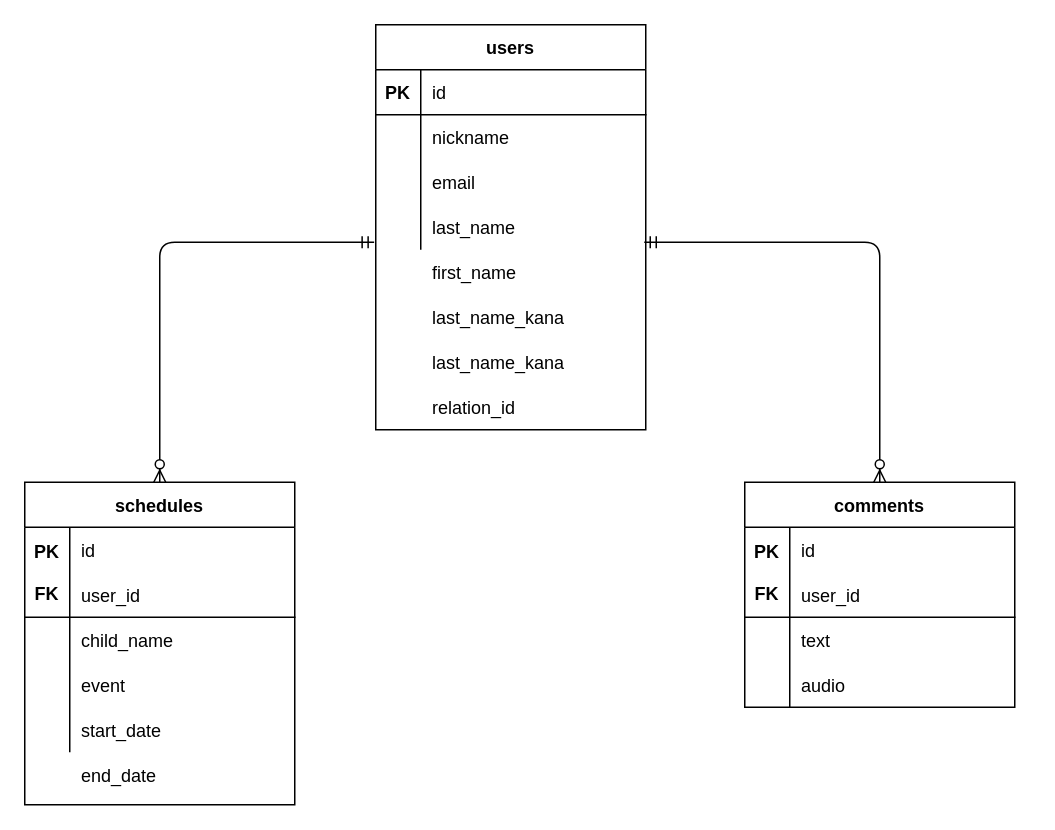
yama864/homee keeps this draw.io diagram as ER.dio. Above is the earlier version. Source tidied: cells renumbered, new cells numbered last; positions are measured from the earlier drawing's top-left corner, leaving out a move shared by most shapes. Both pictures are drawn from the tidied source at 150%, with x=0, y=0 at pixel (24, 24).
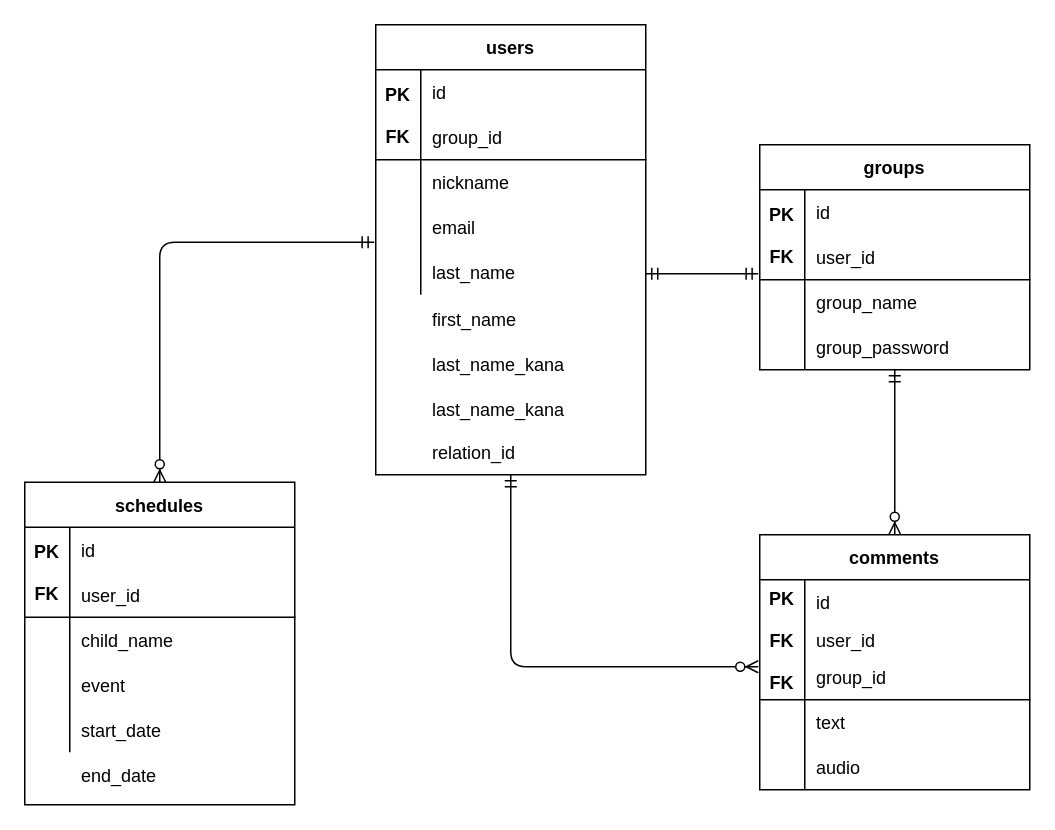
The same diagram, later.

Unchanged cells that the change refers to:
```xml
<mxCell id="32" value="schedules" style="shape=table;startSize=30;childLayout=tableLayout;rowLines=0;fontStyle=1;align=center;" parent="1" vertex="1">
  <mxGeometry y="305" width="180" height="215" as="geometry" />
</mxCell>
```

Change to the diagram source:
```diff
@@
     <mxCell id="2" value="users" style="shape=table;startSize=30;childLayout=tableLayout;rowLines=0;fontStyle=1;align=center;" parent="1" vertex="1">
-      <mxGeometry x="234" width="180" height="270" as="geometry" />
+      <mxGeometry x="234" width="180" height="300" as="geometry" />
     </mxCell>
     <mxCell id="3" style="shape=partialRectangle;fillColor=none;top=0;left=0;bottom=1;right=0;" parent="2" vertex="1">
-      <mxGeometry y="30" width="180" height="30" as="geometry" />
+      <mxGeometry y="30" width="180" height="60" as="geometry" />
     </mxCell>
-    <mxCell id="4" value="PK" style="shape=partialRectangle;fillColor=none;top=0;left=0;bottom=0;right=0;fontStyle=1;overflow=hidden;" parent="3" vertex="1">
-      <mxGeometry width="30" height="30" as="geometry" />
+    <mxCell id="4" value="PK&#10;&#10;FK" style="shape=partialRectangle;fillColor=none;top=0;left=0;bottom=0;right=0;fontStyle=1;overflow=hidden;" parent="3" vertex="1">
+      <mxGeometry width="30" height="60" as="geometry" />
     </mxCell>
     <mxCell id="5" style="shape=partialRectangle;fillColor=none;top=0;left=0;bottom=0;right=0;align=left;spacingLeft=6;fontStyle=5;overflow=hidden;" parent="3" vertex="1">
-      <mxGeometry x="30" width="150" height="30" as="geometry" />
+      <mxGeometry x="30" width="150" height="60" as="geometry" />
     </mxCell>
     <mxCell id="6" style="shape=partialRectangle;fillColor=none;top=0;left=0;bottom=0;right=0;" parent="2" vertex="1">
-      <mxGeometry y="60" width="180" height="30" as="geometry" />
+      <mxGeometry y="90" width="180" height="30" as="geometry" />
     </mxCell>
@@
     <mxCell id="9" style="shape=partialRectangle;fillColor=none;top=0;left=0;bottom=0;right=0;points=[[0,0.5],[1,0.5]];portConstraint=eastwest;" parent="2" vertex="1">
-      <mxGeometry y="90" width="180" height="30" as="geometry" />
+      <mxGeometry y="120" width="180" height="30" as="geometry" />
     </mxCell>
@@
     <mxCell id="12" style="shape=partialRectangle;fillColor=none;top=0;left=0;bottom=0;right=0;points=[[0,0.5],[1,0.5]];portConstraint=eastwest;" parent="2" vertex="1">
-      <mxGeometry y="120" width="180" height="30" as="geometry" />
+      <mxGeometry y="150" width="180" height="30" as="geometry" />
     </mxCell>
@@
     <mxCell id="15" value="first_name" style="shape=partialRectangle;fillColor=none;top=0;left=0;bottom=0;right=0;align=left;spacingLeft=6;overflow=hidden;" parent="1" vertex="1">
-      <mxGeometry x="264" y="150" width="150" height="30" as="geometry" />
+      <mxGeometry x="264" y="181" width="150" height="30" as="geometry" />
     </mxCell>
     <mxCell id="16" value="last_name_kana" style="shape=partialRectangle;fillColor=none;top=0;left=0;bottom=0;right=0;align=left;spacingLeft=6;overflow=hidden;" parent="1" vertex="1">
-      <mxGeometry x="264" y="180" width="150" height="30" as="geometry" />
+      <mxGeometry x="264" y="211" width="150" height="30" as="geometry" />
     </mxCell>
     <mxCell id="17" value="last_name_kana" style="shape=partialRectangle;fillColor=none;top=0;left=0;bottom=0;right=0;align=left;spacingLeft=6;overflow=hidden;" parent="1" vertex="1">
-      <mxGeometry x="264" y="210" width="150" height="30" as="geometry" />
+      <mxGeometry x="264" y="241" width="150" height="30" as="geometry" />
     </mxCell>
@@
-    <mxCell id="19" value="relation_id" style="shape=partialRectangle;fillColor=none;top=0;left=0;bottom=0;right=0;align=left;spacingLeft=6;overflow=hidden;" parent="1" vertex="1">
-      <mxGeometry x="264" y="240" width="150" height="30" as="geometry" />
+    <mxCell id="19" value="group_id" style="shape=partialRectangle;fillColor=none;top=0;left=0;bottom=0;right=0;align=left;spacingLeft=6;overflow=hidden;" parent="1" vertex="1">
+      <mxGeometry x="264" y="60" width="150" height="30" as="geometry" />
     </mxCell>
     <mxCell id="20" value="comments" style="shape=table;startSize=30;childLayout=tableLayout;rowLines=0;fontStyle=1;align=center;" parent="1" vertex="1">
-      <mxGeometry x="480" y="305" width="180" height="150" as="geometry" />
+      <mxGeometry x="490" y="340" width="180" height="170" as="geometry" />
     </mxCell>
     <mxCell id="21" style="shape=partialRectangle;fillColor=none;top=0;left=0;bottom=1;right=0;" parent="20" vertex="1">
-      <mxGeometry y="30" width="180" height="60" as="geometry" />
+      <mxGeometry y="30" width="180" height="80" as="geometry" />
     </mxCell>
-    <mxCell id="22" value="PK&#10;&#10;FK" style="shape=partialRectangle;fillColor=none;top=0;left=0;bottom=0;right=0;fontStyle=1;overflow=hidden;" parent="21" vertex="1">
-      <mxGeometry width="30" height="60" as="geometry" />
+    <mxCell id="22" value="PK&#10;&#10;FK&#10;&#10;FK" style="shape=partialRectangle;fillColor=none;top=0;left=0;bottom=0;right=0;fontStyle=1;overflow=hidden;" parent="21" vertex="1">
+      <mxGeometry width="30" height="80" as="geometry" />
     </mxCell>
     <mxCell id="23" style="shape=partialRectangle;fillColor=none;top=0;left=0;bottom=0;right=0;align=left;spacingLeft=6;fontStyle=5;overflow=hidden;" parent="21" vertex="1">
-      <mxGeometry x="30" width="150" height="60" as="geometry" />
+      <mxGeometry x="30" width="150" height="80" as="geometry" />
     </mxCell>
     <mxCell id="24" style="shape=partialRectangle;fillColor=none;top=0;left=0;bottom=0;right=0;" parent="20" vertex="1">
-      <mxGeometry y="90" width="180" height="30" as="geometry" />
+      <mxGeometry y="110" width="180" height="30" as="geometry" />
     </mxCell>
@@
     <mxCell id="27" style="shape=partialRectangle;fillColor=none;top=0;left=0;bottom=0;right=0;" parent="20" vertex="1">
-      <mxGeometry y="120" width="180" height="30" as="geometry" />
+      <mxGeometry y="140" width="180" height="30" as="geometry" />
     </mxCell>
@@
     <mxCell id="30" value="id" style="shape=partialRectangle;fillColor=none;top=0;left=0;bottom=0;right=0;align=left;spacingLeft=6;overflow=hidden;" parent="1" vertex="1">
-      <mxGeometry x="510" y="335" width="150" height="30" as="geometry" />
+      <mxGeometry x="520" y="370" width="150" height="30" as="geometry" />
     </mxCell>
     <mxCell id="31" value="user_id" style="shape=partialRectangle;fillColor=none;top=0;left=0;bottom=0;right=0;align=left;spacingLeft=6;overflow=hidden;" parent="1" vertex="1">
-      <mxGeometry x="510" y="365" width="150" height="30" as="geometry" />
+      <mxGeometry x="520" y="395" width="150" height="30" as="geometry" />
     </mxCell>
@@
-    <mxCell id="47" style="fontSize=12;html=1;endArrow=ERzeroToMany;startArrow=ERmandOne;exitX=-0.006;exitY=0.833;exitDx=0;exitDy=0;exitPerimeter=0;entryX=0.5;entryY=0;entryDx=0;entryDy=0;" parent="1" edge="1" source="12" target="32">
+    <mxCell id="47" style="fontSize=12;html=1;endArrow=ERzeroToMany;startArrow=ERmandOne;exitX=-0.006;exitY=0.833;exitDx=0;exitDy=0;exitPerimeter=0;entryX=0.5;entryY=0;entryDx=0;entryDy=0;" parent="1" edge="1" source="9" target="32">
       <mxGeometry relative="1" as="geometry">
         <Array as="points">
           <mxPoint x="90" y="145" />
         </Array>
       </mxGeometry>
     </mxCell>
-    <mxCell id="48" style="fontSize=12;html=1;endArrow=ERzeroToMany;startArrow=ERmandOne;entryX=0.5;entryY=0;entryDx=0;entryDy=0;" parent="1" edge="1" target="20">
-      <mxGeometry relative="1" as="geometry">
-        <mxPoint x="413" y="145" as="sourcePoint" />
-        <Array as="points">
-          <mxPoint x="570" y="145" />
-        </Array>
-      </mxGeometry>
-    </mxCell>
@@
+    <mxCell id="50" value="groups" style="shape=table;startSize=30;childLayout=tableLayout;rowLines=0;fontStyle=1;align=center;" parent="1" vertex="1">
+      <mxGeometry x="490" y="80" width="180" height="150" as="geometry" />
+    </mxCell>
+    <mxCell id="51" style="shape=partialRectangle;fillColor=none;top=0;left=0;bottom=1;right=0;points=[[0,0.5],[1,0.5]];portConstraint=eastwest;" parent="50" vertex="1">
+      <mxGeometry y="30" width="180" height="60" as="geometry" />
+    </mxCell>
+    <mxCell id="52" value="PK&#10;&#10;FK" style="shape=partialRectangle;fillColor=none;top=0;left=0;bottom=0;right=0;fontStyle=1;overflow=hidden;" parent="51" vertex="1">
+      <mxGeometry width="30" height="60" as="geometry" />
+    </mxCell>
+    <mxCell id="53" style="shape=partialRectangle;fillColor=none;top=0;left=0;bottom=0;right=0;align=left;spacingLeft=6;fontStyle=5;overflow=hidden;" parent="51" vertex="1">
+      <mxGeometry x="30" width="150" height="60" as="geometry" />
+    </mxCell>
+    <mxCell id="54" style="shape=partialRectangle;fillColor=none;top=0;left=0;bottom=0;right=0;" parent="50" vertex="1">
+      <mxGeometry y="90" width="180" height="30" as="geometry" />
+    </mxCell>
+    <mxCell id="55" style="shape=partialRectangle;fillColor=none;top=0;left=0;bottom=0;right=0;overflow=hidden;" parent="54" vertex="1">
+      <mxGeometry width="30" height="30" as="geometry" />
+    </mxCell>
+    <mxCell id="56" value="group_name" style="shape=partialRectangle;fillColor=none;top=0;left=0;bottom=0;right=0;align=left;spacingLeft=6;overflow=hidden;" parent="54" vertex="1">
+      <mxGeometry x="30" width="150" height="30" as="geometry" />
+    </mxCell>
+    <mxCell id="57" style="shape=partialRectangle;fillColor=none;top=0;left=0;bottom=0;right=0;" parent="50" vertex="1">
+      <mxGeometry y="120" width="180" height="30" as="geometry" />
+    </mxCell>
+    <mxCell id="58" style="shape=partialRectangle;fillColor=none;top=0;left=0;bottom=0;right=0;overflow=hidden;" parent="57" vertex="1">
+      <mxGeometry width="30" height="30" as="geometry" />
+    </mxCell>
+    <mxCell id="59" value="group_password" style="shape=partialRectangle;fillColor=none;top=0;left=0;bottom=0;right=0;align=left;spacingLeft=6;overflow=hidden;" parent="57" vertex="1">
+      <mxGeometry x="30" width="150" height="30" as="geometry" />
+    </mxCell>
+    <mxCell id="60" value="id" style="shape=partialRectangle;fillColor=none;top=0;left=0;bottom=0;right=0;align=left;spacingLeft=6;overflow=hidden;" parent="1" vertex="1">
+      <mxGeometry x="520" y="110" width="150" height="30" as="geometry" />
+    </mxCell>
+    <mxCell id="61" value="user_id" style="shape=partialRectangle;fillColor=none;top=0;left=0;bottom=0;right=0;align=left;spacingLeft=6;overflow=hidden;" parent="1" vertex="1">
+      <mxGeometry x="520" y="140" width="150" height="30" as="geometry" />
+    </mxCell>
+    <mxCell id="62" value="relation_id" style="shape=partialRectangle;fillColor=none;top=0;left=0;bottom=0;right=0;align=left;spacingLeft=6;overflow=hidden;" parent="1" vertex="1">
+      <mxGeometry x="264" y="270" width="150" height="30" as="geometry" />
+    </mxCell>
+    <mxCell id="63" style="edgeStyle=entityRelationEdgeStyle;fontSize=12;html=1;endArrow=ERmandOne;startArrow=ERmandOne;entryX=-0.006;entryY=0.933;entryDx=0;entryDy=0;entryPerimeter=0;" parent="1" edge="1" target="51">
+      <mxGeometry relative="1" as="geometry">
+        <mxPoint x="414" y="166" as="sourcePoint" />
+      </mxGeometry>
+    </mxCell>
+    <mxCell id="64" style="fontSize=12;html=1;endArrow=ERzeroToMany;startArrow=ERmandOne;" parent="1" edge="1">
+      <mxGeometry relative="1" as="geometry">
+        <mxPoint x="324" y="300" as="sourcePoint" />
+        <mxPoint x="489" y="428" as="targetPoint" />
+        <Array as="points">
+          <mxPoint x="324" y="428" />
+        </Array>
+      </mxGeometry>
+    </mxCell>
+    <mxCell id="65" style="fontSize=12;html=1;endArrow=ERzeroToMany;startArrow=ERmandOne;entryX=0.5;entryY=0;entryDx=0;entryDy=0;" parent="1" edge="1" target="20">
+      <mxGeometry relative="1" as="geometry">
+        <mxPoint x="580" y="230" as="sourcePoint" />
+      </mxGeometry>
+    </mxCell>
+    <mxCell id="66" value="group_id" style="shape=partialRectangle;fillColor=none;top=0;left=0;bottom=0;right=0;align=left;spacingLeft=6;overflow=hidden;" parent="1" vertex="1">
+      <mxGeometry x="520" y="420" width="150" height="30" as="geometry" />
+    </mxCell>
```
